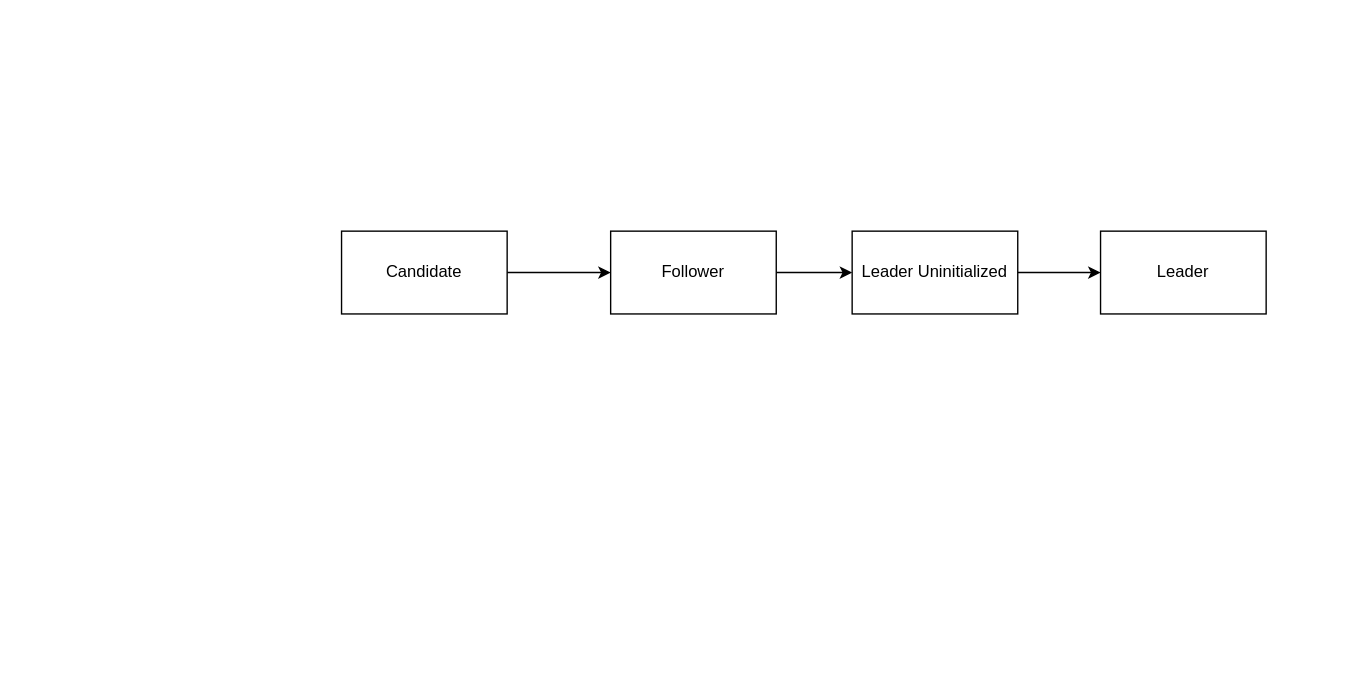
Above: page "Time" (1 of 4) of docs/arch.drawio in sarin1991/asgard (draw.io), before the change. Source tidied: cells renumbered, new cells numbered last; positions are measured from the earlier drawing's top-left corner, leaving out a move shared by most shapes. Both pictures are drawn from the tidied source at 138%, with x=0, y=0 at pixel (341, 230).
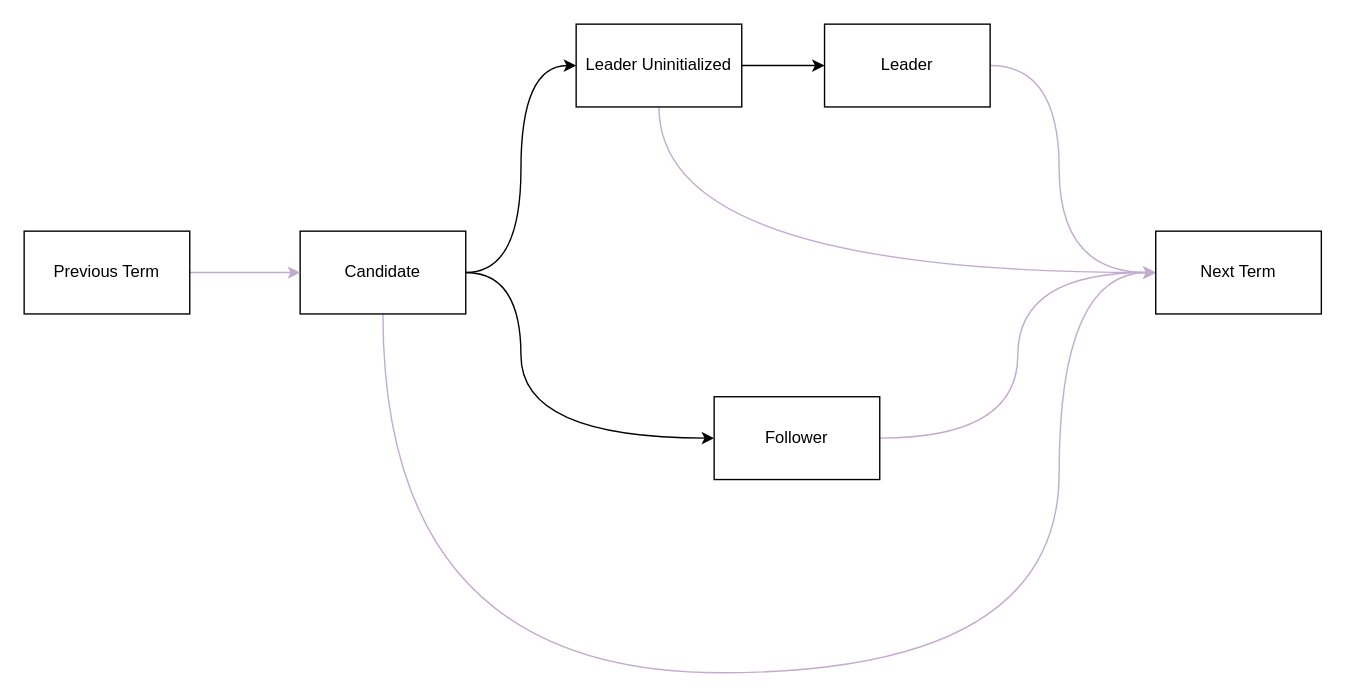
The same page after the edit.

Commit message:
Adding transition state diagram to docs

What changed in the source:
```diff
@@
-    <mxCell id="2" style="edgeStyle=orthogonalEdgeStyle;rounded=0;jettySize=auto;html=1;exitX=1;exitY=0.5;exitDx=0;exitDy=0;entryX=0;entryY=0.5;entryDx=0;entryDy=0;" parent="1" edge="1" source="3" target="5">
-      <mxGeometry relative="1" as="geometry" />
+    <mxCell id="2" style="edgeStyle=orthogonalEdgeStyle;jettySize=auto;html=1;exitX=1;exitY=0.5;exitDx=0;exitDy=0;entryX=0;entryY=0.5;entryDx=0;entryDy=0;curved=1;" parent="1" edge="1" source="3" target="5">
+      <mxGeometry relative="1" as="geometry">
+        <Array as="points">
+          <mxPoint x="130" y="30" />
+          <mxPoint x="130" y="150" />
+        </Array>
+      </mxGeometry>
     </mxCell>
+    <mxCell id="9" style="edgeStyle=orthogonalEdgeStyle;jettySize=auto;html=1;exitX=1;exitY=0.5;exitDx=0;exitDy=0;entryX=0;entryY=0.5;entryDx=0;entryDy=0;curved=1;" parent="1" edge="1" source="3" target="7">
+      <mxGeometry relative="1" as="geometry" />
+    </mxCell>
+    <mxCell id="10" style="edgeStyle=orthogonalEdgeStyle;jettySize=auto;html=1;exitX=0.5;exitY=1;exitDx=0;exitDy=0;entryX=0;entryY=0.5;entryDx=0;entryDy=0;shadow=0;sketch=0;curved=1;strokeColor=#C3ABD0;" parent="1" edge="1" source="3" target="16">
+      <mxGeometry relative="1" as="geometry">
+        <Array as="points">
+          <mxPoint x="30" y="320" />
+          <mxPoint x="520" y="320" />
+          <mxPoint x="520" y="30" />
+        </Array>
+      </mxGeometry>
+    </mxCell>
     <mxCell id="3" value="Candidate" style="rounded=0;whiteSpace=wrap;html=1;" parent="1" vertex="1">
-      <mxGeometry width="120" height="60" as="geometry" />
+      <mxGeometry x="-30" width="120" height="60" as="geometry" />
     </mxCell>
-    <mxCell id="4" style="edgeStyle=orthogonalEdgeStyle;rounded=0;jettySize=auto;html=1;exitX=1;exitY=0.5;exitDx=0;exitDy=0;entryX=0;entryY=0.5;entryDx=0;entryDy=0;" parent="1" edge="1" source="5" target="7">
-      <mxGeometry relative="1" as="geometry" />
-    </mxCell>
+    <mxCell id="11" style="edgeStyle=orthogonalEdgeStyle;jettySize=auto;html=1;exitX=1;exitY=0.5;exitDx=0;exitDy=0;entryX=0;entryY=0.5;entryDx=0;entryDy=0;shadow=0;sketch=0;curved=1;strokeColor=#C3ABD0;" parent="1" edge="1" source="5" target="16">
+      <mxGeometry relative="1" as="geometry" />
+    </mxCell>
     <mxCell id="5" value="Follower" style="rounded=0;whiteSpace=wrap;html=1;" parent="1" vertex="1">
-      <mxGeometry x="195" width="120" height="60" as="geometry" />
+      <mxGeometry x="270" y="120" width="120" height="60" as="geometry" />
     </mxCell>
-    <mxCell id="6" style="edgeStyle=orthogonalEdgeStyle;rounded=0;jettySize=auto;html=1;exitX=1;exitY=0.5;exitDx=0;exitDy=0;entryX=0;entryY=0.5;entryDx=0;entryDy=0;" parent="1" edge="1" source="7" target="8">
+    <mxCell id="6" style="edgeStyle=orthogonalEdgeStyle;jettySize=auto;html=1;exitX=1;exitY=0.5;exitDx=0;exitDy=0;entryX=0;entryY=0.5;entryDx=0;entryDy=0;curved=1;" parent="1" edge="1" source="7" target="8">
       <mxGeometry relative="1" as="geometry" />
     </mxCell>
+    <mxCell id="12" style="edgeStyle=orthogonalEdgeStyle;jettySize=auto;html=1;exitX=0.5;exitY=1;exitDx=0;exitDy=0;entryX=0;entryY=0.5;entryDx=0;entryDy=0;shadow=0;sketch=0;curved=1;strokeColor=#C3ABD0;" parent="1" edge="1" source="7" target="16">
+      <mxGeometry relative="1" as="geometry" />
+    </mxCell>
     <mxCell id="7" value="Leader Uninitialized" style="rounded=0;whiteSpace=wrap;html=1;" parent="1" vertex="1">
-      <mxGeometry x="370" width="120" height="60" as="geometry" />
+      <mxGeometry x="170" y="-150" width="120" height="60" as="geometry" />
     </mxCell>
+    <mxCell id="13" style="edgeStyle=orthogonalEdgeStyle;jettySize=auto;html=1;exitX=1;exitY=0.5;exitDx=0;exitDy=0;entryX=0;entryY=0.5;entryDx=0;entryDy=0;shadow=0;sketch=0;curved=1;strokeColor=#C3ABD0;" parent="1" edge="1" source="8" target="16">
+      <mxGeometry relative="1" as="geometry">
+        <Array as="points">
+          <mxPoint x="520" y="-120" />
+          <mxPoint x="520" y="30" />
+        </Array>
+      </mxGeometry>
+    </mxCell>
     <mxCell id="8" value="Leader" style="rounded=0;whiteSpace=wrap;html=1;" parent="1" vertex="1">
-      <mxGeometry x="550" width="120" height="60" as="geometry" />
+      <mxGeometry x="350" y="-150" width="120" height="60" as="geometry" />
     </mxCell>
+    <mxCell id="14" style="edgeStyle=orthogonalEdgeStyle;jettySize=auto;html=1;exitX=1;exitY=0.5;exitDx=0;exitDy=0;entryX=0;entryY=0.5;entryDx=0;entryDy=0;shadow=0;sketch=0;curved=1;strokeColor=#C3ABD0;" parent="1" edge="1" source="15" target="3">
+      <mxGeometry relative="1" as="geometry" />
+    </mxCell>
+    <mxCell id="15" value="Previous Term" style="rounded=0;whiteSpace=wrap;html=1;" parent="1" vertex="1">
+      <mxGeometry x="-230" width="120" height="60" as="geometry" />
+    </mxCell>
+    <mxCell id="16" value="Next Term" style="rounded=0;whiteSpace=wrap;html=1;" parent="1" vertex="1">
+      <mxGeometry x="590" width="120" height="60" as="geometry" />
+    </mxCell>
```
